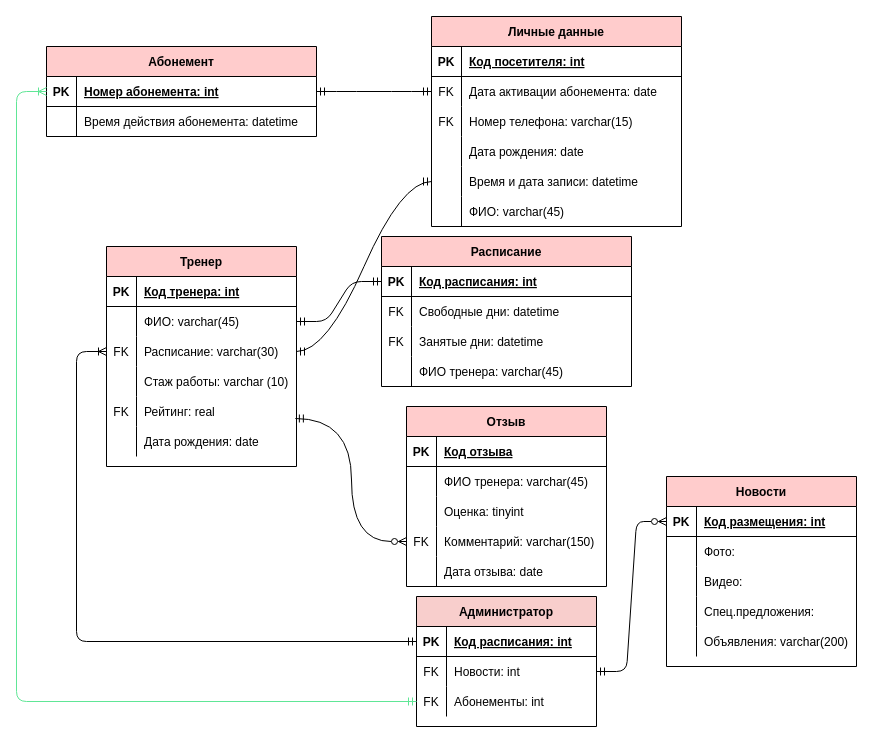
Above: page "Page-1" (1 of 2) of Diagrams/ER3.drawio in yuliapyrikova/- (draw.io), before the change. Source tidied: cells renumbered, new cells numbered last; positions are measured from the earlier drawing's top-left corner, leaving out a move shared by most shapes. Both pictures are drawn from the tidied source at 100%, with x=0, y=0 at pixel (16, 16).
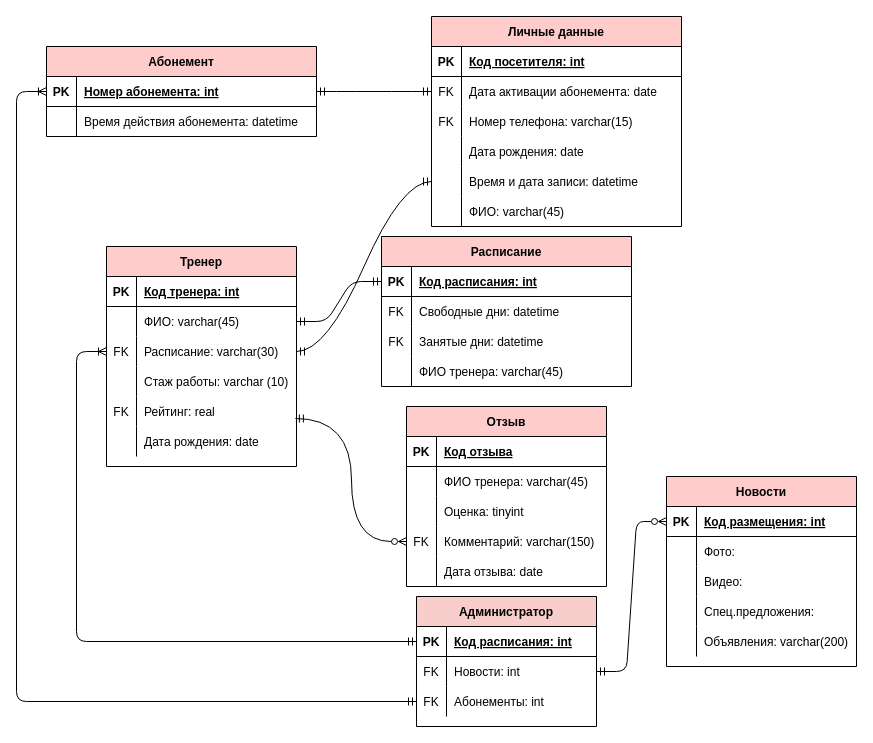
The same diagram, later.

Unchanged cells that the change refers to:
```xml
<mxCell id="35" style="shape=partialRectangle;fillColor=none;points=[[0,0.5],[1,0.5]];portConstraint=eastwest;top=0;left=0;right=0;bottom=1;strokeColor=#000000;fontColor=#000000;" parent="34" vertex="1">
  <mxGeometry y="30" width="270" height="30" as="geometry" />
</mxCell>
<mxCell id="102" style="shape=partialRectangle;fillColor=none;top=0;left=0;bottom=0;right=0;points=[[0,0.5],[1,0.5]];portConstraint=eastwest;strokeColor=#000000;fontColor=#000000;" parent="95" vertex="1">
  <mxGeometry y="90" width="180" height="30" as="geometry" />
</mxCell>
```

Diff of the diagram source:
```diff
@@
-    <mxCell id="107" style="edgeStyle=orthogonalEdgeStyle;fontSize=12;html=1;endArrow=ERmandOne;startArrow=ERoneToMany;entryX=0;entryY=0.5;entryDx=0;entryDy=0;exitX=0;exitY=0.5;exitDx=0;exitDy=0;startFill=0;strokeColor=#60E696;fontColor=#095C86;" parent="1" edge="1" source="35" target="102">
+    <mxCell id="107" style="edgeStyle=orthogonalEdgeStyle;fontSize=12;html=1;endArrow=ERmandOne;startArrow=ERoneToMany;entryX=0;entryY=0.5;entryDx=0;entryDy=0;exitX=0;exitY=0.5;exitDx=0;exitDy=0;startFill=0;strokeColor=#000000;fontColor=#095C86;" parent="1" edge="1" source="35" target="102">
       <mxGeometry relative="1" as="geometry">
         <Array as="points">
           <mxPoint y="75" />
           <mxPoint y="685" />
         </Array>
       </mxGeometry>
     </mxCell>
```
